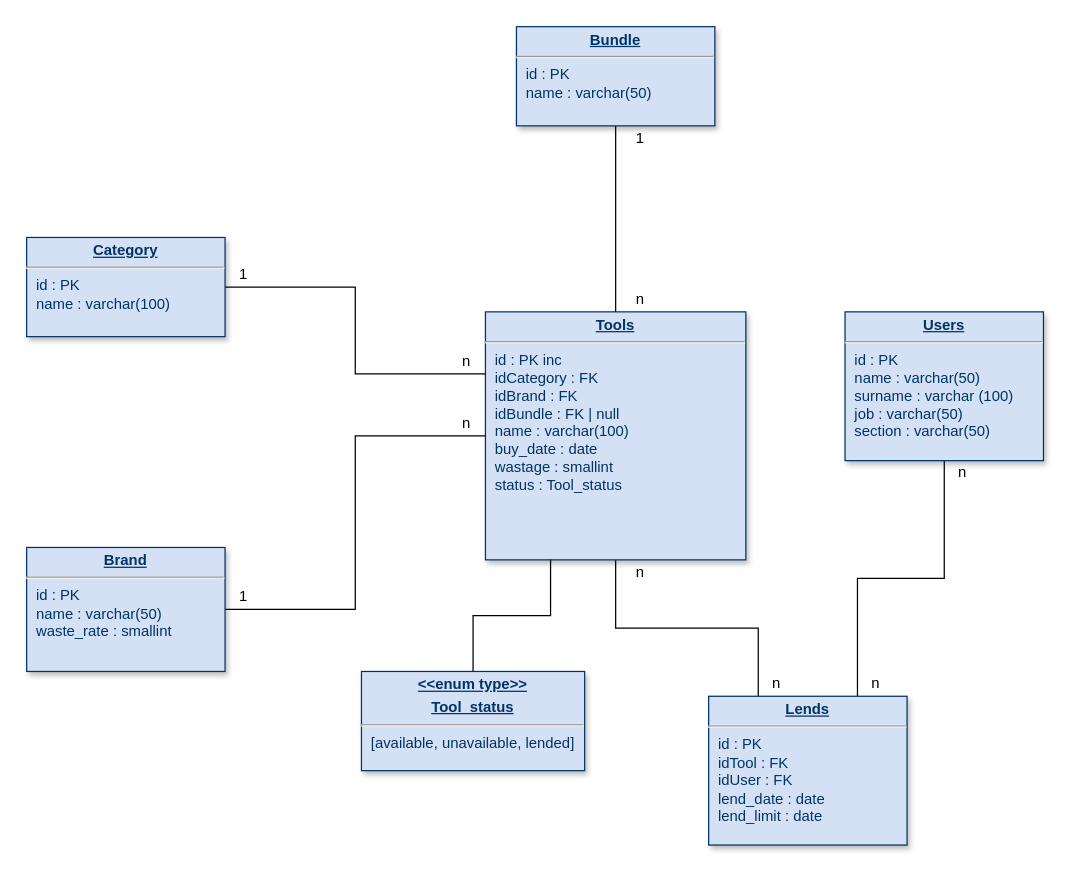
The draw.io diagram diagrams/BdFerramentaria.drawio in roberthcjr/rgit-backend, before the edit. Source tidied: cells renumbered, new cells numbered last; positions are measured from the earlier drawing's top-left corner, leaving out a move shared by most shapes. Both pictures are drawn from the tidied source at 124%, with x=0, y=0 at pixel (26, 26).
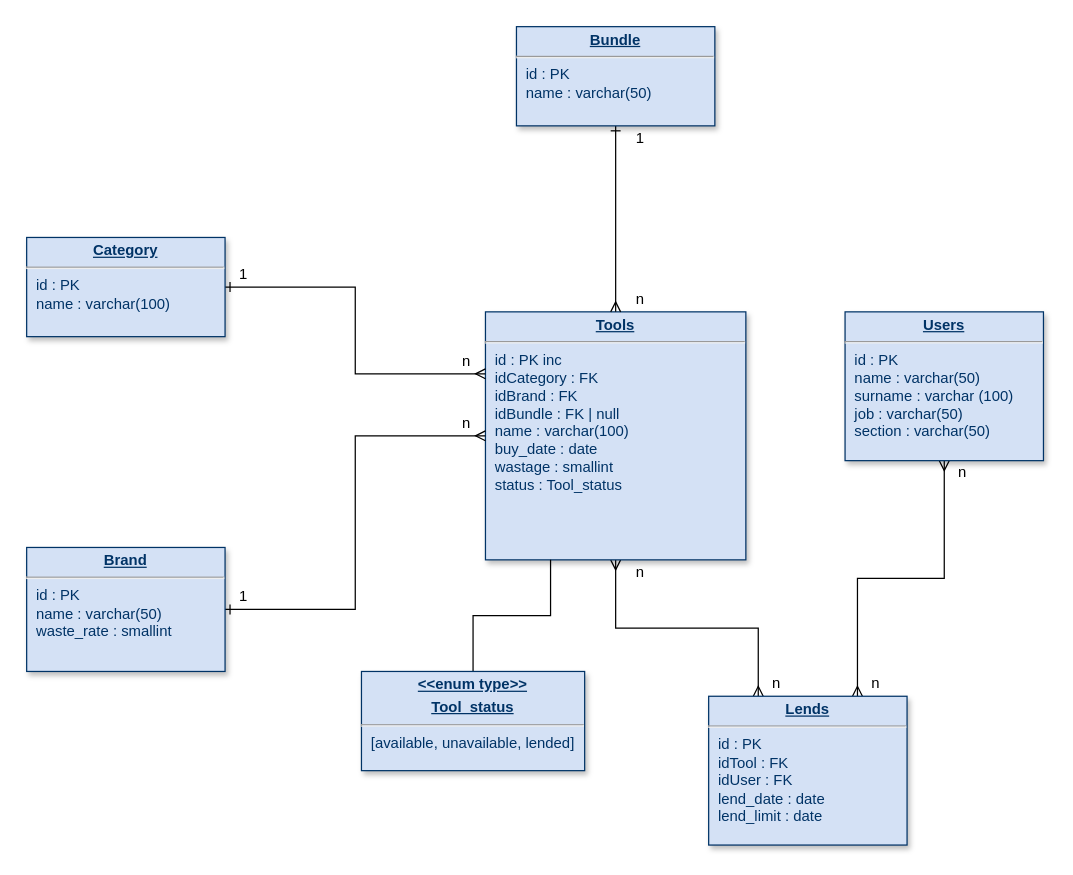
After the change.

Unchanged cells that the change refers to:
```xml
<mxCell id="3" value="&lt;p style=&quot;margin: 0px; margin-top: 4px; text-align: center; text-decoration: underline;&quot;&gt;&lt;b&gt;Tools&lt;/b&gt;&lt;/p&gt;&lt;hr&gt;&lt;p style=&quot;margin: 0px; margin-left: 8px;&quot;&gt;id : PK inc&lt;/p&gt;&lt;p style=&quot;margin: 0px; margin-left: 8px;&quot;&gt;idCategory : FK&lt;/p&gt;&lt;p style=&quot;margin: 0px; margin-left: 8px;&quot;&gt;idBrand : FK&lt;/p&gt;&lt;p style=&quot;margin: 0px; margin-left: 8px;&quot;&gt;idBundle : FK | null&lt;/p&gt;&lt;p style=&quot;margin: 0px; margin-left: 8px;&quot;&gt;name : varchar(100)&lt;/p&gt;&lt;p style=&quot;margin: 0px; margin-left: 8px;&quot;&gt;buy_date : date&amp;nbsp;&lt;/p&gt;&lt;p style=&quot;margin: 0px; margin-left: 8px;&quot;&gt;wastage : smallint&lt;/p&gt;&lt;p style=&quot;margin: 0px; margin-left: 8px;&quot;&gt;status : Tool_status&lt;/p&gt;&lt;p style=&quot;margin: 0px; margin-left: 8px;&quot;&gt;&lt;br&gt;&lt;/p&gt;&lt;p style=&quot;margin: 0px; margin-left: 8px;&quot;&gt;&lt;br&gt;&lt;/p&gt;&lt;p style=&quot;margin: 0px; margin-left: 8px;&quot;&gt;&lt;br&gt;&lt;/p&gt;&lt;p style=&quot;margin: 0px; margin-left: 8px;&quot;&gt;&lt;br&gt;&lt;/p&gt;" style="verticalAlign=top;align=left;overflow=fill;fontSize=12;fontFamily=Helvetica;html=1;strokeColor=#003366;shadow=1;fillColor=#D4E1F5;fontColor=#003366;" parent="1" vertex="1">
  <mxGeometry x="370" y="230" width="210" height="200" as="geometry" />
</mxCell>
<mxCell id="5" value="&lt;p style=&quot;margin: 0px; margin-top: 4px; text-align: center; text-decoration: underline;&quot;&gt;&lt;b&gt;Users&lt;/b&gt;&lt;/p&gt;&lt;hr&gt;&lt;p style=&quot;margin: 0px; margin-left: 8px;&quot;&gt;id : PK&lt;/p&gt;&lt;p style=&quot;margin: 0px; margin-left: 8px;&quot;&gt;name : varchar(50)&lt;/p&gt;&lt;p style=&quot;margin: 0px; margin-left: 8px;&quot;&gt;surname : varchar (100)&lt;/p&gt;&lt;p style=&quot;margin: 0px; margin-left: 8px;&quot;&gt;job : varchar(50)&lt;/p&gt;&lt;p style=&quot;margin: 0px; margin-left: 8px;&quot;&gt;section : varchar(50)&lt;/p&gt;" style="verticalAlign=top;align=left;overflow=fill;fontSize=12;fontFamily=Helvetica;html=1;strokeColor=#003366;shadow=1;fillColor=#D4E1F5;fontColor=#003366;" parent="1" vertex="1">
  <mxGeometry x="660" y="230" width="160" height="120" as="geometry" />
</mxCell>
<mxCell id="6" value="&lt;p style=&quot;margin: 0px; margin-top: 4px; text-align: center; text-decoration: underline;&quot;&gt;&lt;b&gt;Lends&lt;/b&gt;&lt;/p&gt;&lt;hr&gt;&lt;p style=&quot;margin: 0px; margin-left: 8px;&quot;&gt;id : PK&lt;/p&gt;&lt;p style=&quot;margin: 0px; margin-left: 8px;&quot;&gt;idTool : FK&lt;/p&gt;&lt;p style=&quot;margin: 0px; margin-left: 8px;&quot;&gt;idUser : FK&lt;/p&gt;&lt;p style=&quot;margin: 0px; margin-left: 8px;&quot;&gt;lend_date : date&lt;/p&gt;&lt;p style=&quot;margin: 0px; margin-left: 8px;&quot;&gt;lend_limit : date&lt;/p&gt;&lt;p style=&quot;margin: 0px; margin-left: 8px;&quot;&gt;&lt;br&gt;&lt;/p&gt;" style="verticalAlign=top;align=left;overflow=fill;fontSize=12;fontFamily=Helvetica;html=1;strokeColor=#003366;shadow=1;fillColor=#D4E1F5;fontColor=#003366;" parent="1" vertex="1">
  <mxGeometry x="550" y="540" width="160" height="120" as="geometry" />
</mxCell>
<mxCell id="8" value="&lt;p style=&quot;margin: 0px; margin-top: 4px; text-align: center; text-decoration: underline;&quot;&gt;&lt;b&gt;Category&lt;/b&gt;&lt;/p&gt;&lt;hr&gt;&lt;p style=&quot;margin: 0px; margin-left: 8px;&quot;&gt;id : PK&lt;/p&gt;&lt;p style=&quot;margin: 0px; margin-left: 8px;&quot;&gt;name : varchar(100)&lt;/p&gt;" style="verticalAlign=top;align=left;overflow=fill;fontSize=12;fontFamily=Helvetica;html=1;strokeColor=#003366;shadow=1;fillColor=#D4E1F5;fontColor=#003366;" parent="1" vertex="1">
  <mxGeometry y="170" width="160" height="80" as="geometry" />
</mxCell>
<mxCell id="10" value="&lt;p style=&quot;margin: 0px; margin-top: 4px; text-align: center; text-decoration: underline;&quot;&gt;&lt;b&gt;Brand&lt;/b&gt;&lt;/p&gt;&lt;hr&gt;&lt;p style=&quot;margin: 0px; margin-left: 8px;&quot;&gt;id : PK&lt;/p&gt;&lt;p style=&quot;margin: 0px; margin-left: 8px;&quot;&gt;name : varchar(50)&lt;/p&gt;&lt;p style=&quot;margin: 0px; margin-left: 8px;&quot;&gt;waste_rate : smallint&lt;/p&gt;&lt;p style=&quot;margin: 0px; margin-left: 8px;&quot;&gt;&lt;br&gt;&lt;/p&gt;" style="verticalAlign=top;align=left;overflow=fill;fontSize=12;fontFamily=Helvetica;html=1;strokeColor=#003366;shadow=1;fillColor=#D4E1F5;fontColor=#003366;" parent="1" vertex="1">
  <mxGeometry y="420" width="160" height="100" as="geometry" />
</mxCell>
<mxCell id="12" value="&lt;p style=&quot;margin: 0px; margin-top: 4px; text-align: center; text-decoration: underline;&quot;&gt;&lt;b&gt;Bundle&lt;/b&gt;&lt;/p&gt;&lt;hr&gt;&lt;p style=&quot;margin: 0px; margin-left: 8px;&quot;&gt;id : PK&lt;/p&gt;&lt;p style=&quot;margin: 0px; margin-left: 8px;&quot;&gt;name : varchar(50)&lt;/p&gt;&lt;p style=&quot;margin: 0px; margin-left: 8px;&quot;&gt;&lt;br&gt;&lt;/p&gt;" style="verticalAlign=top;align=left;overflow=fill;fontSize=12;fontFamily=Helvetica;html=1;strokeColor=#003366;shadow=1;fillColor=#D4E1F5;fontColor=#003366;" parent="1" vertex="1">
  <mxGeometry x="395" width="160" height="80" as="geometry" />
</mxCell>
```

The edit, as a diff of the source:
```diff
@@
-    <mxCell id="2" style="edgeStyle=orthogonalEdgeStyle;rounded=0;jettySize=auto;html=1;entryX=0.25;entryY=0;entryDx=0;entryDy=0;endArrow=none;startFill=0;" parent="1" edge="1" source="3" target="6">
+    <mxCell id="2" style="edgeStyle=orthogonalEdgeStyle;rounded=0;jettySize=auto;html=1;entryX=0.25;entryY=0;entryDx=0;entryDy=0;endArrow=ERmany;startFill=0;startArrow=ERmany;endFill=0;" parent="1" edge="1" source="3" target="6">
       <mxGeometry relative="1" as="geometry" />
     </mxCell>
@@
-    <mxCell id="4" style="edgeStyle=orthogonalEdgeStyle;rounded=0;jettySize=auto;html=1;exitX=0.5;exitY=1;exitDx=0;exitDy=0;entryX=0.75;entryY=0;entryDx=0;entryDy=0;endArrow=none;startFill=0;" parent="1" edge="1" source="5" target="6">
+    <mxCell id="4" style="edgeStyle=orthogonalEdgeStyle;rounded=0;jettySize=auto;html=1;exitX=0.5;exitY=1;exitDx=0;exitDy=0;entryX=0.75;entryY=0;entryDx=0;entryDy=0;endArrow=ERmany;startFill=0;startArrow=ERmany;endFill=0;" parent="1" edge="1" source="5" target="6">
       <mxGeometry relative="1" as="geometry" />
     </mxCell>
@@
-    <mxCell id="7" style="edgeStyle=orthogonalEdgeStyle;rounded=0;jettySize=auto;html=1;entryX=0;entryY=0.25;entryDx=0;entryDy=0;endArrow=none;startFill=0;" parent="1" edge="1" source="8" target="3">
+    <mxCell id="7" style="edgeStyle=orthogonalEdgeStyle;rounded=0;jettySize=auto;html=1;entryX=0;entryY=0.25;entryDx=0;entryDy=0;endArrow=ERmany;startFill=0;startArrow=ERone;endFill=0;" parent="1" edge="1" source="8" target="3">
       <mxGeometry relative="1" as="geometry" />
     </mxCell>
@@
-    <mxCell id="9" style="edgeStyle=orthogonalEdgeStyle;rounded=0;jettySize=auto;html=1;entryX=0;entryY=0.5;entryDx=0;entryDy=0;endArrow=none;startFill=0;" parent="1" edge="1" source="10" target="3">
+    <mxCell id="9" style="edgeStyle=orthogonalEdgeStyle;rounded=0;jettySize=auto;html=1;entryX=0;entryY=0.5;entryDx=0;entryDy=0;endArrow=ERmany;startFill=0;startArrow=ERone;endFill=0;" parent="1" edge="1" source="10" target="3">
       <mxGeometry relative="1" as="geometry" />
     </mxCell>
@@
-    <mxCell id="11" style="edgeStyle=orthogonalEdgeStyle;rounded=0;jettySize=auto;html=1;exitX=0.5;exitY=1;exitDx=0;exitDy=0;entryX=0.5;entryY=0;entryDx=0;entryDy=0;endArrow=none;startFill=0;" parent="1" edge="1" source="12" target="3">
+    <mxCell id="11" style="edgeStyle=orthogonalEdgeStyle;rounded=0;jettySize=auto;html=1;exitX=0.5;exitY=1;exitDx=0;exitDy=0;entryX=0.5;entryY=0;entryDx=0;entryDy=0;endArrow=ERmany;startFill=0;startArrow=ERone;endFill=0;" parent="1" edge="1" source="12" target="3">
       <mxGeometry relative="1" as="geometry" />
     </mxCell>
```
